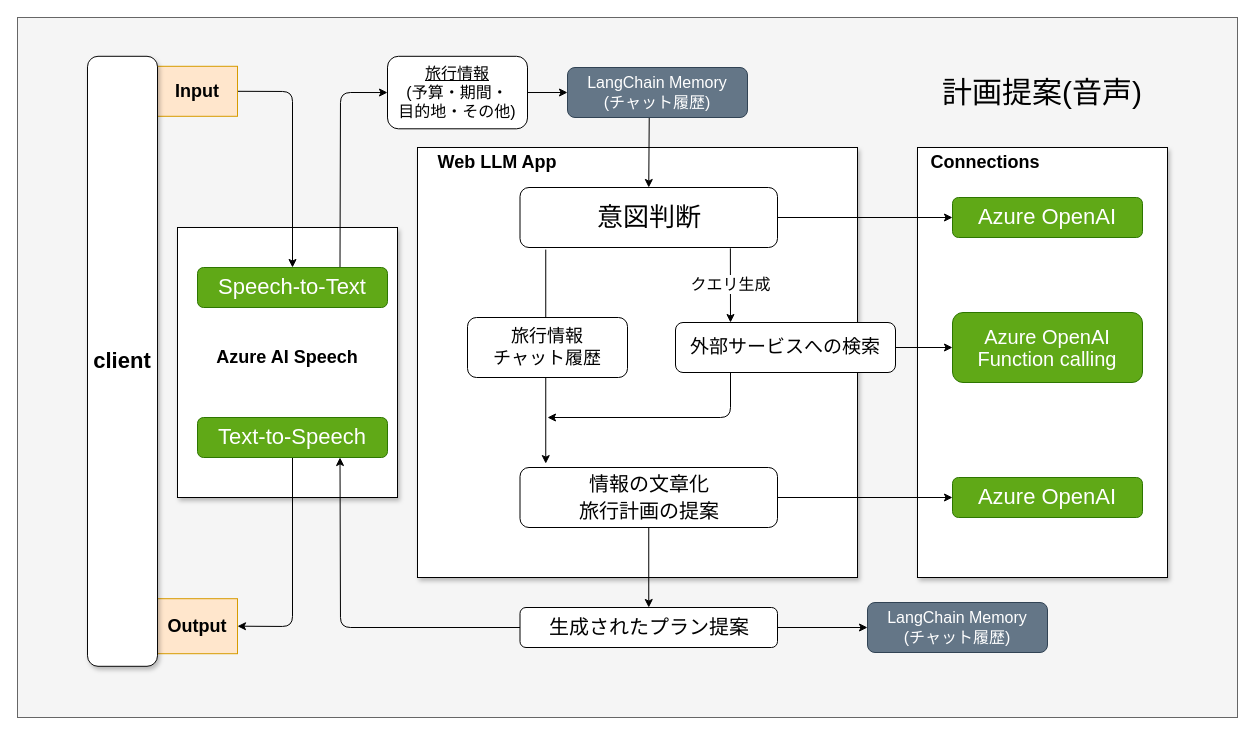
KorRyu3/TriPal keeps this draw.io diagram as page "計画提案(音声)" (1 of 3) of drawio/work-flow.drawio. Above is the earlier version. Source tidied: cells renumbered, new cells numbered last; positions are measured from the earlier drawing's top-left corner, leaving out a move shared by most shapes. Both pictures are drawn from the tidied source at 100%, with x=0, y=0 at pixel (17, 17).
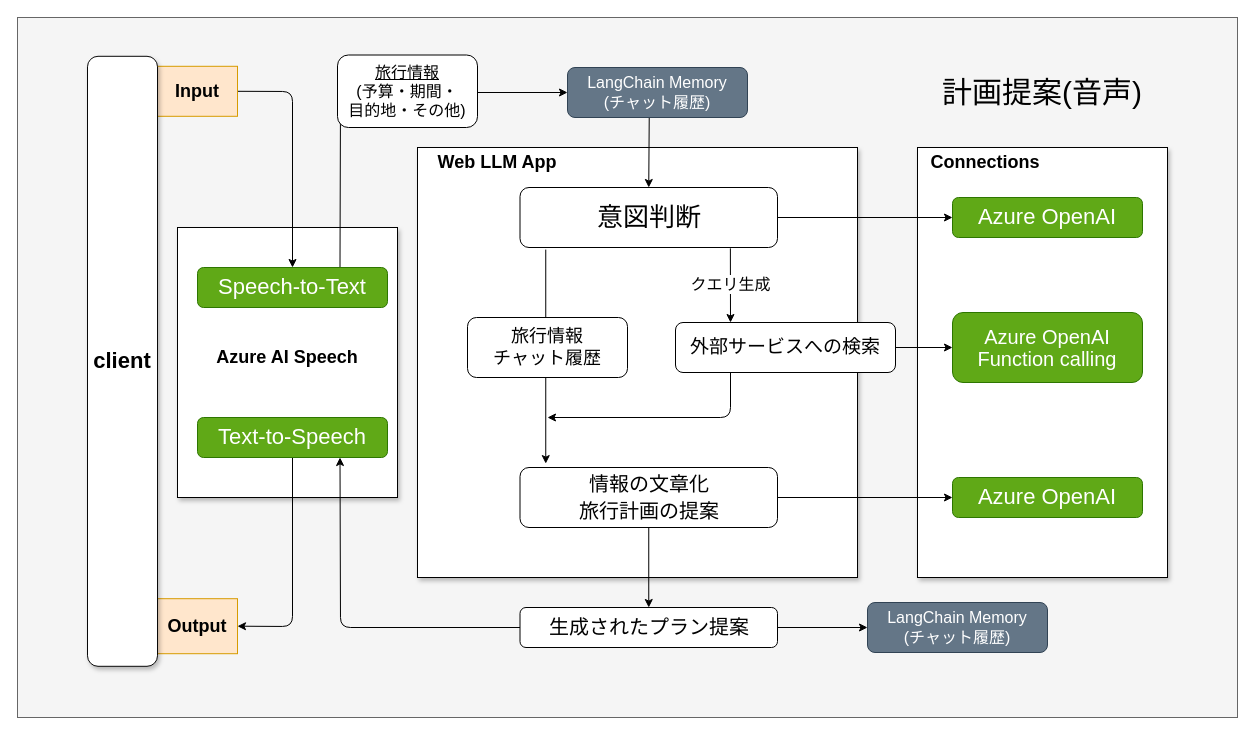
The same diagram, later.

The change refers to these unchanged cells:
```xml
<mxCell id="35" value="LangChain Memory&lt;br style=&quot;font-size: 16px;&quot;&gt;(チャット履歴)" style="rounded=1;whiteSpace=wrap;html=1;fontSize=16;fillColor=#647687;strokeColor=#314354;fontColor=#ffffff;" parent="1" vertex="1">
  <mxGeometry x="550" y="50" width="180" height="50" as="geometry" />
</mxCell>
<mxCell id="37" value="&lt;p style=&quot;line-height: 10%; font-size: 22px;&quot;&gt;&lt;span style=&quot;background-color: initial; font-size: 22px;&quot;&gt;Speech-to-Text&lt;/span&gt;&lt;/p&gt;" style="rounded=1;whiteSpace=wrap;html=1;fontSize=22;fillColor=#60a917;fontColor=#ffffff;strokeColor=#2D7600;" parent="1" vertex="1">
  <mxGeometry x="180" y="250" width="190" height="40" as="geometry" />
</mxCell>
```

Change to the diagram source:
```diff
@@
-    <mxCell id="33" style="edgeStyle=none;html=1;entryX=0;entryY=0.5;entryDx=0;entryDy=0;fontSize=16;fontColor=default;" parent="1" edge="1" source="34" target="35">
-      <mxGeometry relative="1" as="geometry" />
+    <mxCell id="33" style="edgeStyle=none;html=1;entryX=0;entryY=0.5;entryDx=0;entryDy=0;fontSize=16;fontColor=default;exitX=0.75;exitY=0;exitDx=0;exitDy=0;" parent="1" edge="1" source="37" target="35">
+      <mxGeometry relative="1" as="geometry">
+        <Array as="points">
+          <mxPoint x="323" y="75" />
+        </Array>
+      </mxGeometry>
     </mxCell>
     <mxCell id="34" value="&lt;u&gt;旅行情報&lt;/u&gt;&lt;br&gt;(予算・期間・&lt;br&gt;目的地・その他)" style="rounded=1;whiteSpace=wrap;fontSize=16;html=1;" parent="1" vertex="1">
-      <mxGeometry x="370" y="38.8" width="140" height="72.5" as="geometry" />
+      <mxGeometry x="320" y="37.5" width="140" height="72.5" as="geometry" />
     </mxCell>
@@
-    <mxCell id="36" style="edgeStyle=none;html=1;entryX=0;entryY=0.5;entryDx=0;entryDy=0;fontSize=20;fontColor=default;exitX=0.75;exitY=0;exitDx=0;exitDy=0;" parent="1" edge="1" source="37" target="34">
-      <mxGeometry relative="1" as="geometry">
-        <Array as="points">
-          <mxPoint x="323" y="75" />
-        </Array>
-      </mxGeometry>
-    </mxCell>
```
